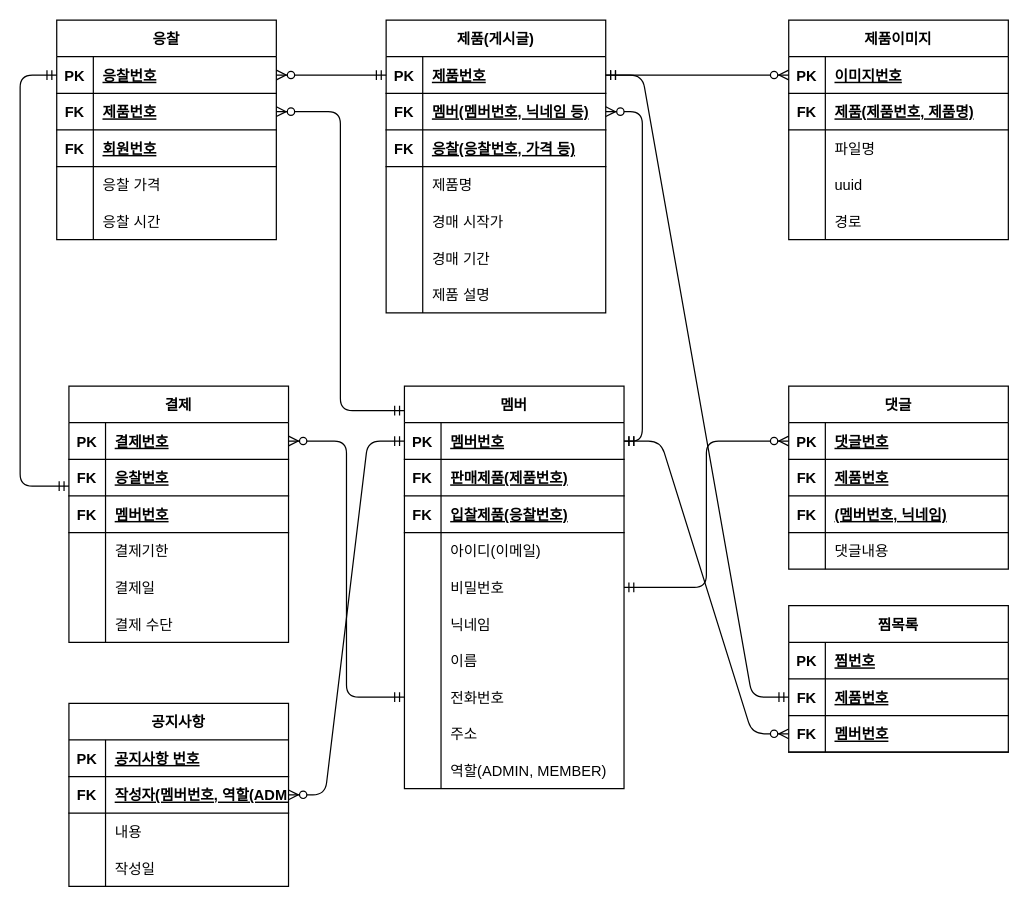
Above: page "Page-1" (1 of 2) of ERD_재인.drawio in Unbbox/auctionarena (draw.io), before the change. Source tidied: cells renumbered, new cells numbered last; positions are measured from the earlier drawing's top-left corner, leaving out a move shared by most shapes. Both pictures are drawn from the tidied source at 122%, with x=0, y=0 at pixel (20, 20).
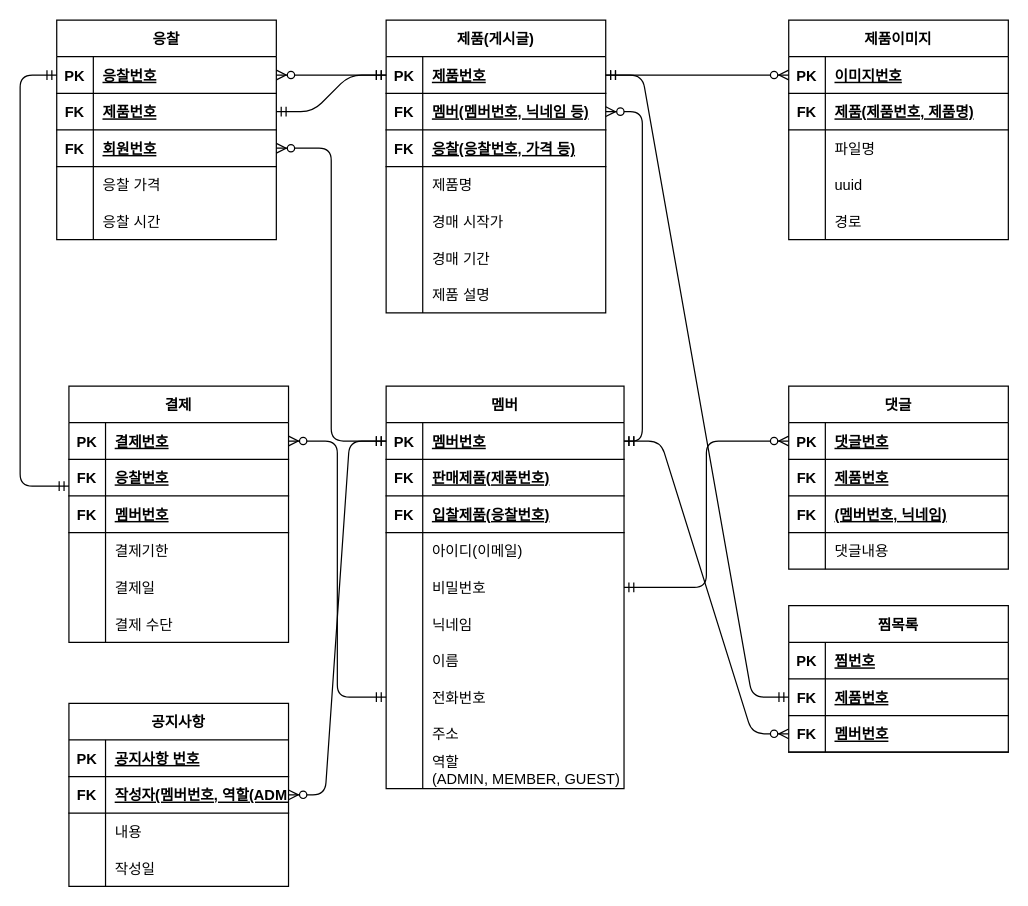
The same diagram, later.

Commit message (it also covers changes not shown here):
erd 수정, 응찰/제품 dto, entity 추가

Unchanged cells that the change refers to:
```xml
<mxCell id="34" style="shape=tableRow;horizontal=0;startSize=0;swimlaneHead=0;swimlaneBody=0;fillColor=none;points=[[0,0.5],[1,0.5]];portConstraint=eastwest;top=0;left=0;right=0;bottom=1;" parent="33" vertex="1">
  <mxGeometry y="30" width="180" height="30" as="geometry" />
</mxCell>
<mxCell id="72" style="shape=tableRow;horizontal=0;startSize=0;swimlaneHead=0;swimlaneBody=0;fillColor=none;points=[[0,0.5],[1,0.5]];portConstraint=eastwest;top=0;left=0;right=0;bottom=1;" parent="68" vertex="1">
  <mxGeometry y="60" width="180" height="30" as="geometry" />
</mxCell>
<mxCell id="75" style="shape=tableRow;horizontal=0;startSize=0;swimlaneHead=0;swimlaneBody=0;fillColor=none;points=[[0,0.5],[1,0.5]];portConstraint=eastwest;top=0;left=0;right=0;bottom=1;" parent="68" vertex="1">
  <mxGeometry y="90" width="180" height="30" as="geometry" />
</mxCell>
```

The edit, as a diff of the source:
```diff
@@
     <mxCell id="2" value="멤버" style="shape=table;startSize=30;childLayout=tableLayout;rowLines=0;fontStyle=1;align=center;" parent="1" vertex="1">
-      <mxGeometry x="315" y="300" width="180" height="330" as="geometry" />
+      <mxGeometry x="300" y="300" width="195" height="330" as="geometry" />
     </mxCell>
     <mxCell id="3" style="shape=tableRow;horizontal=0;startSize=0;swimlaneHead=0;swimlaneBody=0;fillColor=none;points=[[0,0.5],[1,0.5]];portConstraint=eastwest;top=0;left=0;right=0;bottom=1;" parent="2" vertex="1">
-      <mxGeometry y="30" width="180" height="30" as="geometry" />
+      <mxGeometry y="30" width="195" height="30" as="geometry" />
     </mxCell>
@@
     <mxCell id="5" value="멤버번호" style="shape=partialRectangle;fillColor=none;top=0;left=0;bottom=0;right=0;align=left;spacingLeft=6;fontStyle=5;overflow=hidden;" parent="3" vertex="1">
-      <mxGeometry x="30" width="150" height="30" as="geometry" />
+      <mxGeometry x="30" width="165" height="30" as="geometry" />
     </mxCell>
     <mxCell id="6" style="shape=tableRow;horizontal=0;startSize=0;swimlaneHead=0;swimlaneBody=0;fillColor=none;top=0;left=0;right=0;bottom=1;" parent="2" vertex="1">
-      <mxGeometry y="60" width="180" height="30" as="geometry" />
+      <mxGeometry y="60" width="195" height="30" as="geometry" />
     </mxCell>
@@
     <mxCell id="8" value="판매제품(제품번호)" style="shape=partialRectangle;fillColor=none;top=0;left=0;bottom=0;right=0;align=left;spacingLeft=6;fontStyle=5;overflow=hidden;" parent="6" vertex="1">
-      <mxGeometry x="30" width="150" height="30" as="geometry" />
+      <mxGeometry x="30" width="165" height="30" as="geometry" />
     </mxCell>
     <mxCell id="9" style="shape=tableRow;horizontal=0;startSize=0;swimlaneHead=0;swimlaneBody=0;fillColor=none;top=0;left=0;right=0;bottom=1;" parent="2" vertex="1">
-      <mxGeometry y="90" width="180" height="30" as="geometry" />
+      <mxGeometry y="90" width="195" height="30" as="geometry" />
     </mxCell>
@@
     <mxCell id="11" value="입찰제품(응찰번호)" style="shape=partialRectangle;fillColor=none;top=0;left=0;bottom=0;right=0;align=left;spacingLeft=6;fontStyle=5;overflow=hidden;" parent="9" vertex="1">
-      <mxGeometry x="30" width="150" height="30" as="geometry" />
+      <mxGeometry x="30" width="165" height="30" as="geometry" />
     </mxCell>
     <mxCell id="12" style="shape=tableRow;horizontal=0;startSize=0;swimlaneHead=0;swimlaneBody=0;fillColor=none;top=0;left=0;right=0;bottom=0;" parent="2" vertex="1">
-      <mxGeometry y="120" width="180" height="30" as="geometry" />
+      <mxGeometry y="120" width="195" height="30" as="geometry" />
     </mxCell>
@@
     <mxCell id="14" value="아이디(이메일)" style="shape=partialRectangle;fillColor=none;top=0;left=0;bottom=0;right=0;align=left;spacingLeft=6;overflow=hidden;" parent="12" vertex="1">
-      <mxGeometry x="30" width="150" height="30" as="geometry" />
+      <mxGeometry x="30" width="165" height="30" as="geometry" />
     </mxCell>
     <mxCell id="15" style="shape=tableRow;horizontal=0;startSize=0;swimlaneHead=0;swimlaneBody=0;fillColor=none;points=[[0,0.5],[1,0.5]];portConstraint=eastwest;top=0;left=0;right=0;bottom=0;" parent="2" vertex="1">
-      <mxGeometry y="150" width="180" height="30" as="geometry" />
+      <mxGeometry y="150" width="195" height="30" as="geometry" />
     </mxCell>
@@
     <mxCell id="17" value="비밀번호" style="shape=partialRectangle;fillColor=none;top=0;left=0;bottom=0;right=0;align=left;spacingLeft=6;overflow=hidden;" parent="15" vertex="1">
-      <mxGeometry x="30" width="150" height="30" as="geometry" />
+      <mxGeometry x="30" width="165" height="30" as="geometry" />
     </mxCell>
     <mxCell id="18" style="shape=tableRow;horizontal=0;startSize=0;swimlaneHead=0;swimlaneBody=0;fillColor=none;top=0;left=0;right=0;bottom=0;" parent="2" vertex="1">
-      <mxGeometry y="180" width="180" height="30" as="geometry" />
+      <mxGeometry y="180" width="195" height="30" as="geometry" />
     </mxCell>
@@
     <mxCell id="20" value="닉네임" style="shape=partialRectangle;fillColor=none;top=0;left=0;bottom=0;right=0;align=left;spacingLeft=6;overflow=hidden;" parent="18" vertex="1">
-      <mxGeometry x="30" width="150" height="30" as="geometry" />
+      <mxGeometry x="30" width="165" height="30" as="geometry" />
     </mxCell>
     <mxCell id="21" style="shape=tableRow;horizontal=0;startSize=0;swimlaneHead=0;swimlaneBody=0;fillColor=none;top=0;left=0;right=0;bottom=0;" parent="2" vertex="1">
-      <mxGeometry y="210" width="180" height="30" as="geometry" />
+      <mxGeometry y="210" width="195" height="30" as="geometry" />
     </mxCell>
@@
     <mxCell id="23" value="이름" style="shape=partialRectangle;fillColor=none;top=0;left=0;bottom=0;right=0;align=left;spacingLeft=6;overflow=hidden;" parent="21" vertex="1">
-      <mxGeometry x="30" width="150" height="30" as="geometry" />
+      <mxGeometry x="30" width="165" height="30" as="geometry" />
     </mxCell>
     <mxCell id="24" style="shape=tableRow;horizontal=0;startSize=0;swimlaneHead=0;swimlaneBody=0;fillColor=none;points=[[0,0.5],[1,0.5]];portConstraint=eastwest;top=0;left=0;right=0;bottom=0;" parent="2" vertex="1">
-      <mxGeometry y="240" width="180" height="30" as="geometry" />
+      <mxGeometry y="240" width="195" height="30" as="geometry" />
     </mxCell>
@@
     <mxCell id="26" value="전화번호" style="shape=partialRectangle;fillColor=none;top=0;left=0;bottom=0;right=0;align=left;spacingLeft=6;overflow=hidden;" parent="24" vertex="1">
-      <mxGeometry x="30" width="150" height="30" as="geometry" />
+      <mxGeometry x="30" width="165" height="30" as="geometry" />
     </mxCell>
     <mxCell id="27" style="shape=tableRow;horizontal=0;startSize=0;swimlaneHead=0;swimlaneBody=0;fillColor=none;top=0;left=0;right=0;bottom=0;" parent="2" vertex="1">
-      <mxGeometry y="270" width="180" height="30" as="geometry" />
+      <mxGeometry y="270" width="195" height="30" as="geometry" />
     </mxCell>
@@
     <mxCell id="29" value="주소" style="shape=partialRectangle;fillColor=none;top=0;left=0;bottom=0;right=0;align=left;spacingLeft=6;overflow=hidden;" parent="27" vertex="1">
-      <mxGeometry x="30" width="150" height="30" as="geometry" />
+      <mxGeometry x="30" width="165" height="30" as="geometry" />
     </mxCell>
     <mxCell id="30" style="shape=tableRow;horizontal=0;startSize=0;swimlaneHead=0;swimlaneBody=0;fillColor=none;top=0;left=0;right=0;bottom=0;" parent="2" vertex="1">
-      <mxGeometry y="300" width="180" height="30" as="geometry" />
+      <mxGeometry y="300" width="195" height="30" as="geometry" />
     </mxCell>
@@
-    <mxCell id="32" value="역할(ADMIN, MEMBER)" style="shape=partialRectangle;fillColor=none;top=0;left=0;bottom=0;right=0;align=left;spacingLeft=6;overflow=hidden;" parent="30" vertex="1">
-      <mxGeometry x="30" width="150" height="30" as="geometry" />
+    <mxCell id="32" value="역할&#10;(ADMIN, MEMBER, GUEST)" style="shape=partialRectangle;fillColor=none;top=0;left=0;bottom=0;right=0;align=left;spacingLeft=6;overflow=hidden;" parent="30" vertex="1">
+      <mxGeometry x="30" width="165" height="30" as="geometry" />
     </mxCell>
@@
-    <mxCell id="124" style="fontSize=12;html=1;endArrow=ERzeroToMany;startArrow=ERmandOne;exitX=0;exitY=0.061;exitDx=0;exitDy=0;entryX=1;entryY=0.5;entryDx=0;entryDy=0;exitPerimeter=0;edgeStyle=orthogonalEdgeStyle;" parent="1" edge="1" source="2" target="72">
+    <mxCell id="124" style="fontSize=12;html=1;endArrow=ERzeroToMany;startArrow=ERmandOne;exitX=0;exitY=0.5;exitDx=0;exitDy=0;entryX=1;entryY=0.5;entryDx=0;entryDy=0;edgeStyle=orthogonalEdgeStyle;" parent="1" edge="1" source="3" target="75">
       <mxGeometry relative="1" as="geometry" />
     </mxCell>
@@
+    <mxCell id="152" style="edgeStyle=entityRelationEdgeStyle;fontSize=12;html=1;endArrow=ERmandOne;startArrow=ERmandOne;entryX=1;entryY=0.5;entryDx=0;entryDy=0;exitX=0;exitY=0.5;exitDx=0;exitDy=0;" parent="1" edge="1" source="34" target="72">
+      <mxGeometry relative="1" as="geometry" />
+    </mxCell>
```
